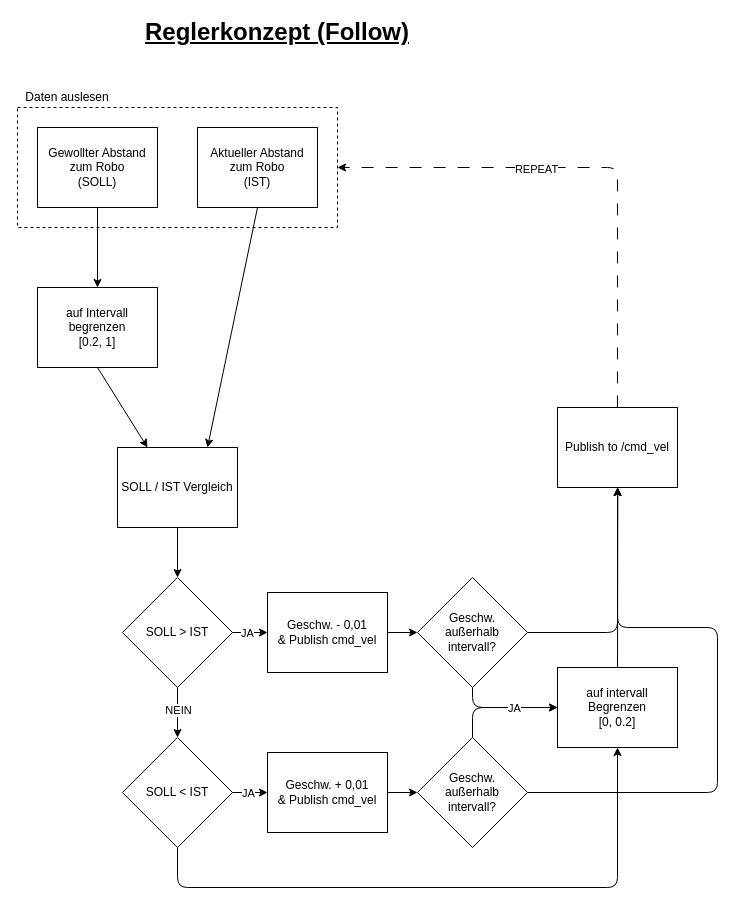
Above: page "Follow" (3 of 3) of Doku/Regler/reglerkonzept.drawio in yaba-source/canalchecker (draw.io), before the change. Source tidied: cells renumbered, new cells numbered last; positions are measured from the earlier drawing's top-left corner, leaving out a move shared by most shapes. Both pictures are drawn from the tidied source at 100%, with x=0, y=0 at pixel (17, 17).
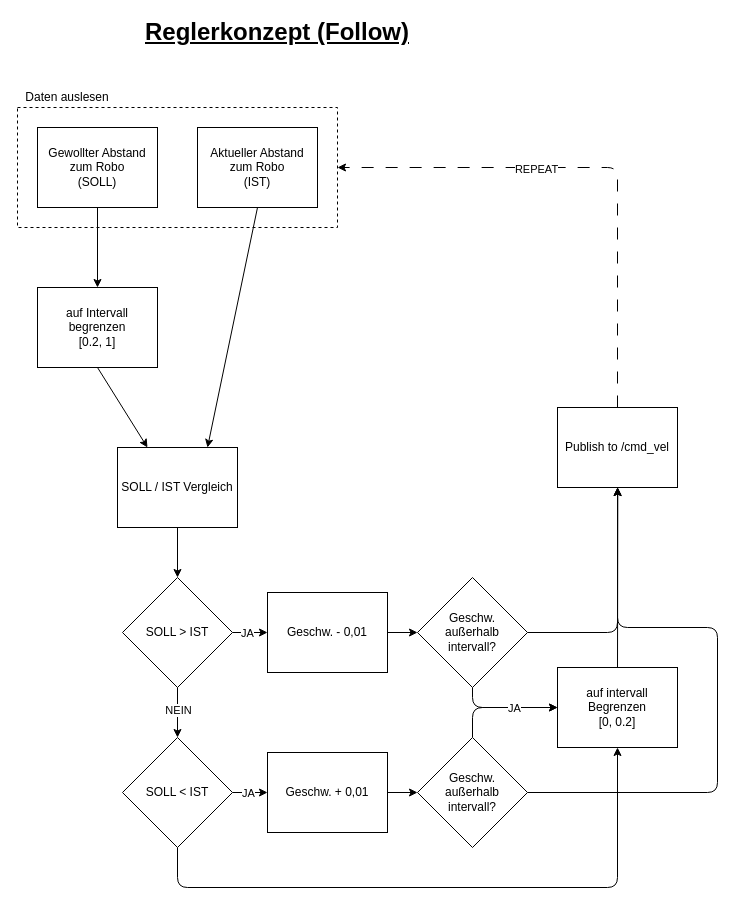
The same diagram, later.

The edit, as a diff of the source:
```diff
@@
-    <mxCell id="20" value="Geschw. - 0,01&lt;div&gt;&amp;amp; Publish cmd_vel&lt;/div&gt;" style="rounded=0;whiteSpace=wrap;html=1;" parent="1" vertex="1">
+    <mxCell id="20" value="Geschw. - 0,01" style="rounded=0;whiteSpace=wrap;html=1;" parent="1" vertex="1">
       <mxGeometry x="250" y="575" width="120" height="80" as="geometry" />
     </mxCell>
@@
-    <mxCell id="22" value="Geschw. + 0,01&lt;div&gt;&amp;amp; Publish cmd_vel&lt;/div&gt;" style="rounded=0;whiteSpace=wrap;html=1;" parent="1" vertex="1">
+    <mxCell id="22" value="Geschw. + 0,01" style="rounded=0;whiteSpace=wrap;html=1;" parent="1" vertex="1">
       <mxGeometry x="250" y="735" width="120" height="80" as="geometry" />
     </mxCell>
```
